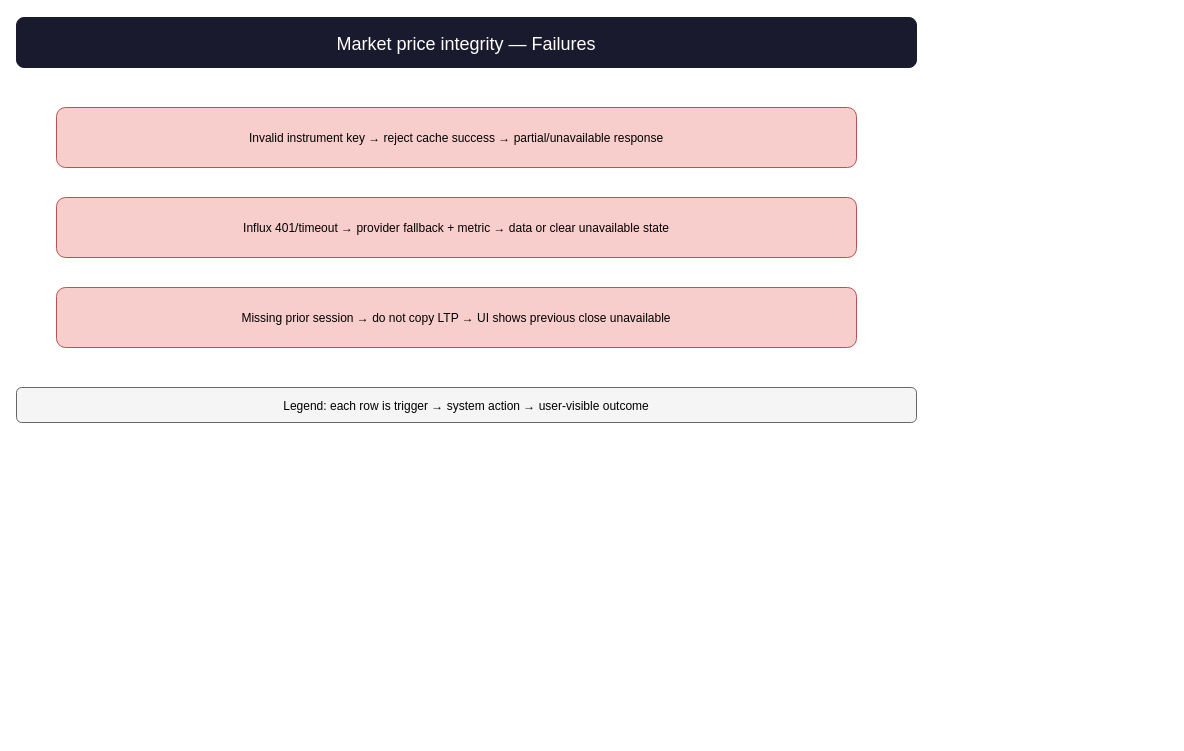
The draw.io diagram page "Failures" (5 of 5) of docs/market-price-integrity/architecture.drawio in AM-Portfolio/am-market, before the edit. Source tidied: cells renumbered, new cells numbered last; positions are measured from the earlier drawing's top-left corner, leaving out a move shared by most shapes. Both pictures are drawn from the tidied source at 100%, with x=0, y=0 at pixel (16, 17).
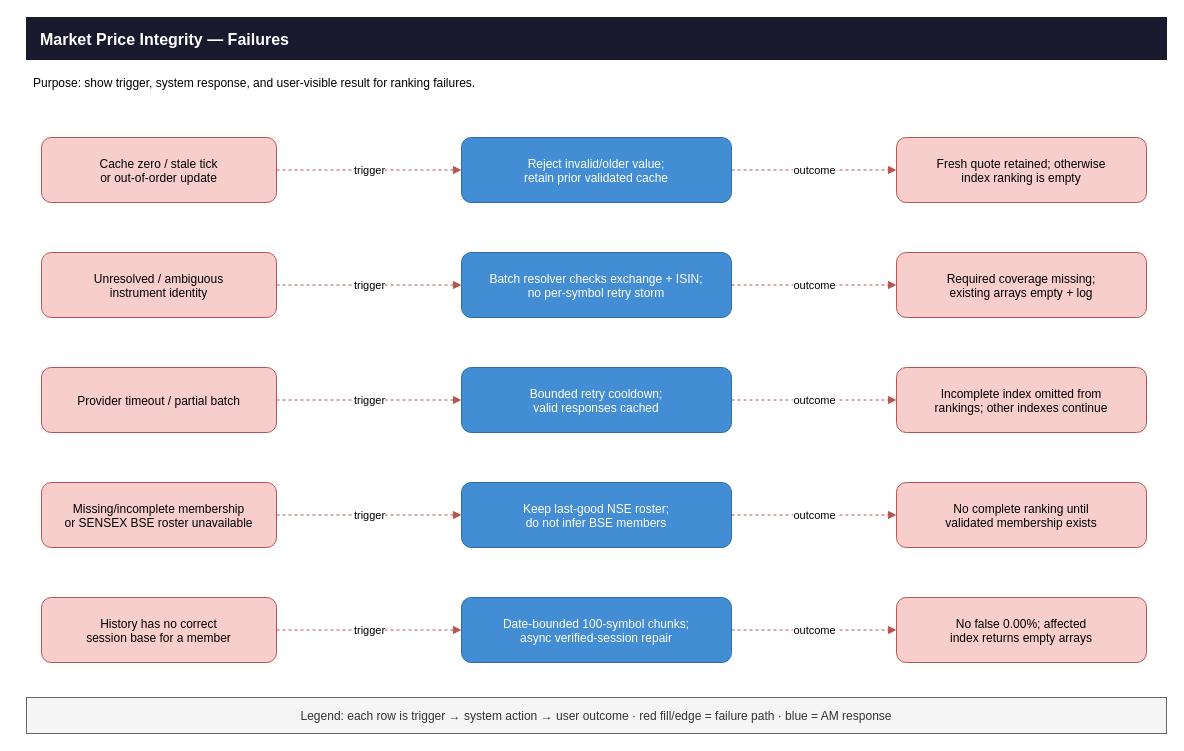
The same page after the edit.

The edit, as a diff of the source:
```diff
@@
-    <mxCell id="2" value="Market price integrity — Failures" style="rounded=1;fillColor=#1A1A2E;strokeColor=#1A1A2E;fontColor=#FFFFFF;fontSize=18;" parent="1" vertex="1">
-      <mxGeometry width="900" height="50" as="geometry" />
+    <mxCell id="2" value="Market Price Integrity — Failures" style="rounded=0;fillColor=#1A1A2E;strokeColor=#1A1A2E;fontColor=#FFFFFF;fontStyle=1;align=left;spacingLeft=12;fontSize=16;" parent="1" vertex="1">
+      <mxGeometry x="10" width="1140" height="42" as="geometry" />
     </mxCell>
-    <mxCell id="3" value="Invalid instrument key → reject cache success → partial/unavailable response" style="rounded=1;fillColor=#F8CECC;strokeColor=#B85450;" parent="1" vertex="1">
-      <mxGeometry x="40" y="90" width="800" height="60" as="geometry" />
-    </mxCell>
-    <mxCell id="4" value="Influx 401/timeout → provider fallback + metric → data or clear unavailable state" style="rounded=1;fillColor=#F8CECC;strokeColor=#B85450;" parent="1" vertex="1">
-      <mxGeometry x="40" y="180" width="800" height="60" as="geometry" />
-    </mxCell>
-    <mxCell id="5" value="Missing prior session → do not copy LTP → UI shows previous close unavailable" style="rounded=1;fillColor=#F8CECC;strokeColor=#B85450;" parent="1" vertex="1">
-      <mxGeometry x="40" y="270" width="800" height="60" as="geometry" />
-    </mxCell>
+    <mxCell id="7" value="Purpose: show trigger, system response, and user-visible result for ranking failures." style="text;html=1;align=left;" parent="1" vertex="1">
+      <mxGeometry x="15" y="52" width="1000" height="28" as="geometry" />
+    </mxCell>
+    <mxCell id="8" value="Cache zero / stale tick&#10;or out-of-order update" style="rounded=1;fillColor=#F8CECC;strokeColor=#B85450;" parent="1" vertex="1">
+      <mxGeometry x="25" y="120" width="235" height="65" as="geometry" />
+    </mxCell>
+    <mxCell id="9" value="Reject invalid/older value;&#10;retain prior validated cache" style="rounded=1;fillColor=#438DD5;strokeColor=#2E6DA4;fontColor=#FFFFFF;" parent="1" vertex="1">
+      <mxGeometry x="445" y="120" width="270" height="65" as="geometry" />
+    </mxCell>
+    <mxCell id="10" value="Fresh quote retained; otherwise&#10;index ranking is empty" style="rounded=1;fillColor=#F8CECC;strokeColor=#B85450;" parent="1" vertex="1">
+      <mxGeometry x="880" y="120" width="250" height="65" as="geometry" />
+    </mxCell>
+    <mxCell id="11" value="Unresolved / ambiguous&#10;instrument identity" style="rounded=1;fillColor=#F8CECC;strokeColor=#B85450;" parent="1" vertex="1">
+      <mxGeometry x="25" y="235" width="235" height="65" as="geometry" />
+    </mxCell>
+    <mxCell id="12" value="Batch resolver checks exchange + ISIN;&#10;no per-symbol retry storm" style="rounded=1;fillColor=#438DD5;strokeColor=#2E6DA4;fontColor=#FFFFFF;" parent="1" vertex="1">
+      <mxGeometry x="445" y="235" width="270" height="65" as="geometry" />
+    </mxCell>
+    <mxCell id="13" value="Required coverage missing;&#10;existing arrays empty + log" style="rounded=1;fillColor=#F8CECC;strokeColor=#B85450;" parent="1" vertex="1">
+      <mxGeometry x="880" y="235" width="250" height="65" as="geometry" />
+    </mxCell>
+    <mxCell id="14" value="Provider timeout / partial batch" style="rounded=1;fillColor=#F8CECC;strokeColor=#B85450;" parent="1" vertex="1">
+      <mxGeometry x="25" y="350" width="235" height="65" as="geometry" />
+    </mxCell>
+    <mxCell id="15" value="Bounded retry cooldown;&#10;valid responses cached" style="rounded=1;fillColor=#438DD5;strokeColor=#2E6DA4;fontColor=#FFFFFF;" parent="1" vertex="1">
+      <mxGeometry x="445" y="350" width="270" height="65" as="geometry" />
+    </mxCell>
+    <mxCell id="16" value="Incomplete index omitted from&#10;rankings; other indexes continue" style="rounded=1;fillColor=#F8CECC;strokeColor=#B85450;" parent="1" vertex="1">
+      <mxGeometry x="880" y="350" width="250" height="65" as="geometry" />
+    </mxCell>
+    <mxCell id="17" value="Missing/incomplete membership&#10;or SENSEX BSE roster unavailable" style="rounded=1;fillColor=#F8CECC;strokeColor=#B85450;" parent="1" vertex="1">
+      <mxGeometry x="25" y="465" width="235" height="65" as="geometry" />
+    </mxCell>
+    <mxCell id="18" value="Keep last-good NSE roster;&#10;do not infer BSE members" style="rounded=1;fillColor=#438DD5;strokeColor=#2E6DA4;fontColor=#FFFFFF;" parent="1" vertex="1">
+      <mxGeometry x="445" y="465" width="270" height="65" as="geometry" />
+    </mxCell>
+    <mxCell id="19" value="No complete ranking until&#10;validated membership exists" style="rounded=1;fillColor=#F8CECC;strokeColor=#B85450;" parent="1" vertex="1">
+      <mxGeometry x="880" y="465" width="250" height="65" as="geometry" />
+    </mxCell>
+    <mxCell id="20" value="History has no correct&#10;session base for a member" style="rounded=1;fillColor=#F8CECC;strokeColor=#B85450;" parent="1" vertex="1">
+      <mxGeometry x="25" y="580" width="235" height="65" as="geometry" />
+    </mxCell>
+    <mxCell id="21" value="Date-bounded 100-symbol chunks;&#10;async verified-session repair" style="rounded=1;fillColor=#438DD5;strokeColor=#2E6DA4;fontColor=#FFFFFF;" parent="1" vertex="1">
+      <mxGeometry x="445" y="580" width="270" height="65" as="geometry" />
+    </mxCell>
+    <mxCell id="22" value="No false 0.00%; affected&#10;index returns empty arrays" style="rounded=1;fillColor=#F8CECC;strokeColor=#B85450;" parent="1" vertex="1">
+      <mxGeometry x="880" y="580" width="250" height="65" as="geometry" />
+    </mxCell>
+    <mxCell id="23" value="trigger" style="edgeStyle=orthogonalEdgeStyle;strokeColor=#B85450;dashed=1;endArrow=block;html=1;" parent="1" edge="1" source="8" target="9">
+      <mxGeometry relative="1" as="geometry" />
+    </mxCell>
+    <mxCell id="24" value="outcome" style="edgeStyle=orthogonalEdgeStyle;strokeColor=#B85450;dashed=1;endArrow=block;html=1;" parent="1" edge="1" source="9" target="10">
+      <mxGeometry relative="1" as="geometry" />
+    </mxCell>
+    <mxCell id="25" value="trigger" style="edgeStyle=orthogonalEdgeStyle;strokeColor=#B85450;dashed=1;endArrow=block;html=1;" parent="1" edge="1" source="11" target="12">
+      <mxGeometry relative="1" as="geometry" />
+    </mxCell>
+    <mxCell id="26" value="outcome" style="edgeStyle=orthogonalEdgeStyle;strokeColor=#B85450;dashed=1;endArrow=block;html=1;" parent="1" edge="1" source="12" target="13">
+      <mxGeometry relative="1" as="geometry" />
+    </mxCell>
+    <mxCell id="27" value="trigger" style="edgeStyle=orthogonalEdgeStyle;strokeColor=#B85450;dashed=1;endArrow=block;html=1;" parent="1" edge="1" source="14" target="15">
+      <mxGeometry relative="1" as="geometry" />
+    </mxCell>
+    <mxCell id="28" value="outcome" style="edgeStyle=orthogonalEdgeStyle;strokeColor=#B85450;dashed=1;endArrow=block;html=1;" parent="1" edge="1" source="15" target="16">
+      <mxGeometry relative="1" as="geometry" />
+    </mxCell>
+    <mxCell id="29" value="trigger" style="edgeStyle=orthogonalEdgeStyle;strokeColor=#B85450;dashed=1;endArrow=block;html=1;" parent="1" edge="1" source="17" target="18">
+      <mxGeometry relative="1" as="geometry" />
+    </mxCell>
+    <mxCell id="30" value="outcome" style="edgeStyle=orthogonalEdgeStyle;strokeColor=#B85450;dashed=1;endArrow=block;html=1;" parent="1" edge="1" source="18" target="19">
+      <mxGeometry relative="1" as="geometry" />
+    </mxCell>
+    <mxCell id="31" value="trigger" style="edgeStyle=orthogonalEdgeStyle;strokeColor=#B85450;dashed=1;endArrow=block;html=1;" parent="1" edge="1" source="20" target="21">
+      <mxGeometry relative="1" as="geometry" />
+    </mxCell>
+    <mxCell id="32" value="outcome" style="edgeStyle=orthogonalEdgeStyle;strokeColor=#B85450;dashed=1;endArrow=block;html=1;" parent="1" edge="1" source="21" target="22">
+      <mxGeometry relative="1" as="geometry" />
+    </mxCell>
-    <mxCell id="6" value="Legend: each row is trigger → system action → user-visible outcome" style="rounded=1;fillColor=#F5F5F5;strokeColor=#666666;" parent="1" vertex="1">
-      <mxGeometry y="370" width="900" height="35" as="geometry" />
+    <mxCell id="6" value="Legend: each row is trigger → system action → user outcome · red fill/edge = failure path · blue = AM response" style="rounded=0;fillColor=#F5F5F5;strokeColor=#666666;fontColor=#333333;" parent="1" vertex="1">
+      <mxGeometry x="10" y="680" width="1140" height="36" as="geometry" />
     </mxCell>
```
